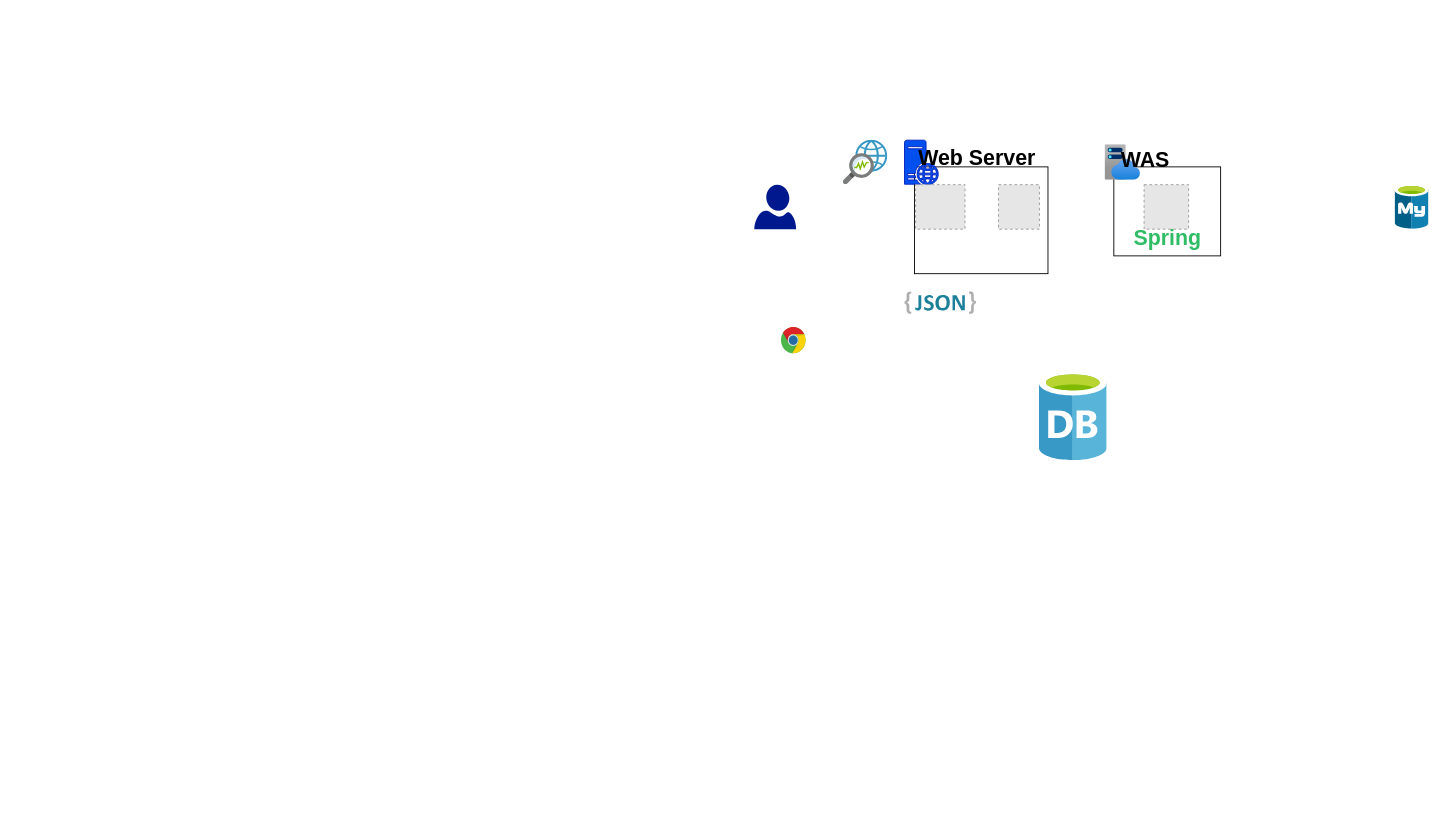
banjinseong/ventilation keeps this draw.io diagram as 터널전력서버 설계도.drawio. Above is the earlier version. Source tidied: cells renumbered, new cells numbered last; positions are measured from the earlier drawing's top-left corner, leaving out a move shared by most shapes. Both pictures are drawn from the tidied source at 89%, with x=0, y=0 at pixel (754, 140). Pictures stored in the file or linked from it are replaced by grey dashed boxes.
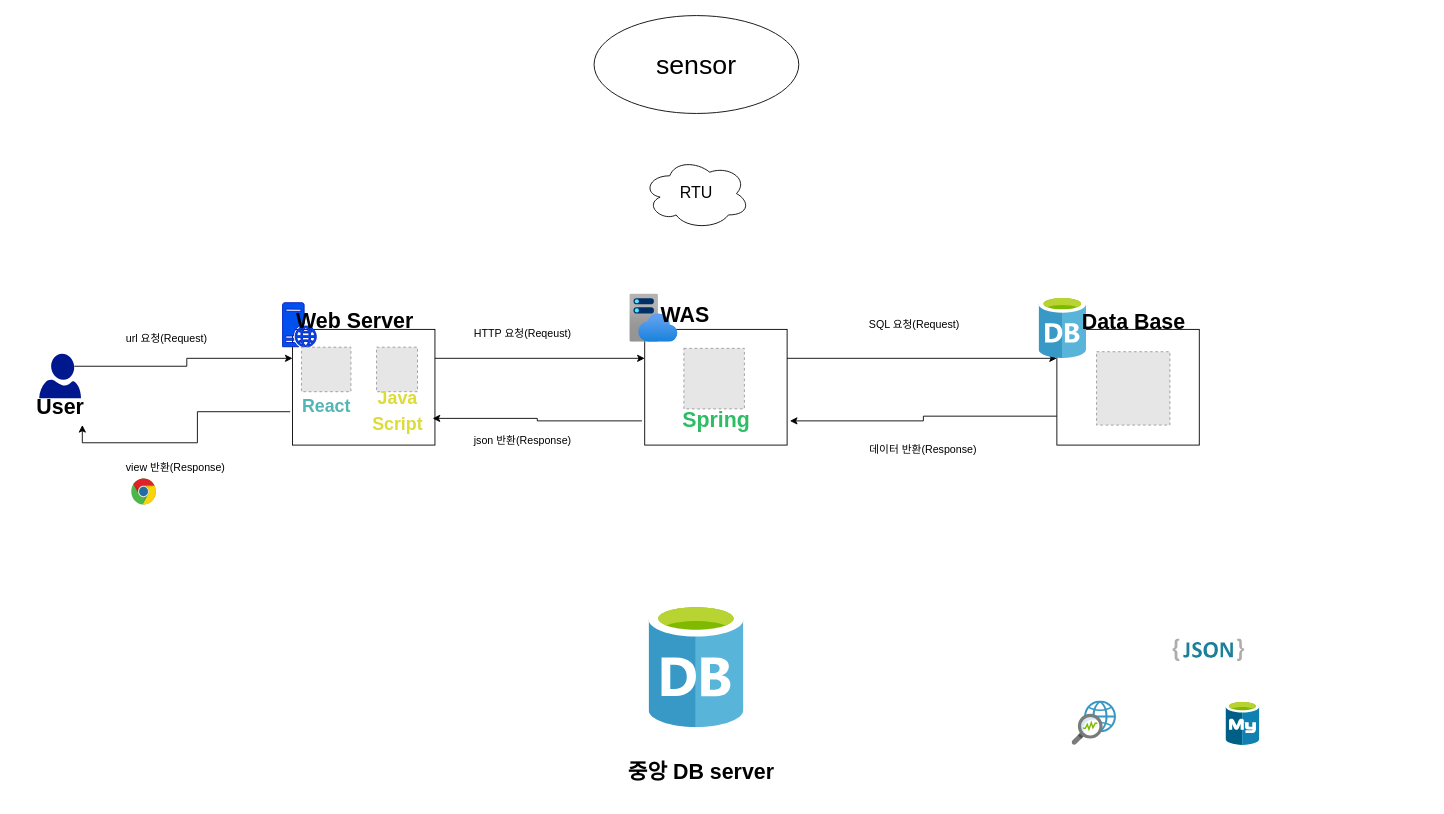
The same diagram, later.

Commit message:
터널전력서버 설계도.drawio

The edit, as a diff of the source:
```diff
@@
-    <mxCell id="2" style="sketch=0;shadow=0;dashed=0;html=1;strokeColor=none;labelPosition=center;verticalLabelPosition=bottom;verticalAlign=top;align=center;fillColor=#00188D;shape=mxgraph.azure.user;" parent="1" vertex="1">
-      <mxGeometry y="50" width="47" height="50" as="geometry" />
-    </mxCell>
-    <mxCell id="3" style="image;sketch=0;html=1;align=center;fontSize=12;image=img/lib/mscae/Database_General.svg;" parent="1" vertex="1">
-      <mxGeometry x="320.4" y="260" width="76" height="100" as="geometry" />
-    </mxCell>
     <mxCell id="4" style="image;sketch=0;html=1;align=center;fontSize=12;image=img/lib/mscae/Azure_Database_for_MySQL_servers.svg;" parent="1" vertex="1">
-      <mxGeometry x="720" y="50" width="38" height="50" as="geometry" />
+      <mxGeometry x="530" y="630" width="38" height="50" as="geometry" />
     </mxCell>
     <mxCell id="5" style="image;sketch=0;html=1;align=center;fontSize=12;image=img/lib/mscae/Network_watcher.svg;" parent="1" vertex="1">
-      <mxGeometry x="100" width="50" height="50" as="geometry" />
+      <mxGeometry x="357" y="630" width="50" height="50" as="geometry" />
     </mxCell>
     <mxCell id="6" style="dashed=0;html=1;align=center;labelPosition=center;verticalLabelPosition=bottom;verticalAlign=top;shape=mxgraph.weblogos.json_2;" parent="1" vertex="1">
-      <mxGeometry x="168.8" y="170" width="80.4" height="25.2" as="geometry" />
+      <mxGeometry x="470" y="560" width="80.4" height="25.2" as="geometry" />
     </mxCell>
     <mxCell id="7" style="dashed=0;html=1;align=center;labelPosition=center;verticalLabelPosition=bottom;verticalAlign=top;shape=mxgraph.weblogos.chrome;" parent="1" vertex="1">
-      <mxGeometry x="30" y="210" width="28" height="30" as="geometry" />
+      <mxGeometry x="-700" y="380" width="28" height="30" as="geometry" />
     </mxCell>
     <mxCell id="8" style="group;" parent="1" vertex="1">
-      <mxGeometry x="394" y="5" width="130" height="125" as="geometry" />
+      <mxGeometry x="-140" y="172.7" width="180" height="169.9" as="geometry" />
     </mxCell>
-    <mxCell id="9" style="rounded=0;whiteSpace=wrap;html=1;" parent="8" vertex="1">
-      <mxGeometry x="10" y="25" width="120" height="100" as="geometry" />
-    </mxCell>
+    <mxCell id="19" style="rounded=0;whiteSpace=wrap;html=1;" parent="8" vertex="1">
+      <mxGeometry x="16.9" y="39.9" width="160" height="130" as="geometry" />
+    </mxCell>
     <mxCell id="10" style="image;html=1;align=center;fontSize=12;image=img/lib/azure2/app_services/App_Service_Plans.svg;" parent="8" vertex="1">
-      <mxGeometry width="40" height="40" as="geometry" />
+      <mxGeometry width="54.4" height="54.4" as="geometry" />
     </mxCell>
     <mxCell id="11" style="fillColor=#E6E6E6;strokeColor=#999999;dashed=1;verticalLabelPosition=bottom;labelBackgroundColor=default;verticalAlign=top;" parent="8" vertex="1">
-      <mxGeometry x="44" y="45" width="50" height="50" as="geometry" />
+      <mxGeometry x="60.9" y="61.2" width="68" height="68" as="geometry" />
     </mxCell>
     <mxCell id="12" value="WAS" style="text;strokeColor=none;fillColor=none;html=1;fontSize=24;fontStyle=1;verticalAlign=middle;align=center;" parent="8" vertex="1">
-      <mxGeometry width="90" height="35" as="geometry" />
+      <mxGeometry width="124.6" height="47.6" as="geometry" />
     </mxCell>
     <mxCell id="13" value="&lt;font color=&quot;#2ebd65&quot;&gt;Spring&lt;/font&gt;" style="text;strokeColor=none;fillColor=none;html=1;fontSize=24;fontStyle=1;verticalAlign=middle;align=center;" parent="8" vertex="1">
-      <mxGeometry x="10" y="85" width="120" height="40" as="geometry" />
+      <mxGeometry x="13.8" y="115.5" width="166.2" height="54.4" as="geometry" />
     </mxCell>
+    <mxCell id="20" style="group;" parent="1" vertex="1">
+      <mxGeometry x="-530" y="182.6" width="171.2" height="160" as="geometry" />
+    </mxCell>
-    <mxCell id="14" style="rounded=0;whiteSpace=wrap;html=1;" parent="1" vertex="1">
-      <mxGeometry x="180" y="30" width="150" height="120" as="geometry" />
+    <mxCell id="14" style="rounded=0;whiteSpace=wrap;html=1;" parent="20" vertex="1">
+      <mxGeometry x="11.2" y="30" width="160" height="130" as="geometry" />
     </mxCell>
-    <mxCell id="15" style="sketch=0;shadow=0;dashed=0;html=1;strokeColor=#001DBC;labelPosition=center;verticalLabelPosition=bottom;verticalAlign=top;align=center;fillColor=#0050ef;shape=mxgraph.mscae.enterprise.web_server;fontColor=#ffffff;" parent="1" vertex="1">
-      <mxGeometry x="168.8" width="38" height="50" as="geometry" />
+    <mxCell id="15" style="sketch=0;shadow=0;dashed=0;html=1;strokeColor=#001DBC;labelPosition=center;verticalLabelPosition=bottom;verticalAlign=top;align=center;fillColor=#0050ef;shape=mxgraph.mscae.enterprise.web_server;fontColor=#ffffff;" parent="20" vertex="1">
+      <mxGeometry width="38" height="50" as="geometry" />
     </mxCell>
-    <mxCell id="16" style="fillColor=#E6E6E6;strokeColor=#999999;dashed=1;verticalLabelPosition=bottom;labelBackgroundColor=default;verticalAlign=top;" parent="1" vertex="1">
-      <mxGeometry x="181.2" y="50" width="55.6" height="50" as="geometry" />
+    <mxCell id="16" style="fillColor=#E6E6E6;strokeColor=#999999;dashed=1;verticalLabelPosition=bottom;labelBackgroundColor=default;verticalAlign=top;" parent="20" vertex="1">
+      <mxGeometry x="21.2" y="50" width="55.6" height="50" as="geometry" />
     </mxCell>
-    <mxCell id="17" style="fillColor=#E6E6E6;strokeColor=#999999;dashed=1;verticalLabelPosition=bottom;labelBackgroundColor=default;verticalAlign=top;" parent="1" vertex="1">
-      <mxGeometry x="274.4" y="50" width="46" height="50" as="geometry" />
+    <mxCell id="17" style="fillColor=#E6E6E6;strokeColor=#999999;dashed=1;verticalLabelPosition=bottom;labelBackgroundColor=default;verticalAlign=top;" parent="20" vertex="1">
+      <mxGeometry x="105.6" y="50" width="46" height="50" as="geometry" />
     </mxCell>
-    <mxCell id="18" value="Web Server" style="text;strokeColor=none;fillColor=none;html=1;fontSize=24;fontStyle=1;verticalAlign=middle;align=center;" parent="1" vertex="1">
-      <mxGeometry x="200" width="100" height="40" as="geometry" />
+    <mxCell id="18" value="Web Server" style="text;strokeColor=none;fillColor=none;html=1;fontSize=24;fontStyle=1;verticalAlign=middle;align=center;" parent="20" vertex="1">
+      <mxGeometry x="31.2" width="100" height="40" as="geometry" />
     </mxCell>
+    <mxCell id="21" value="&lt;font color=&quot;#53b5b5&quot; style=&quot;font-size: 20px;&quot;&gt;React&lt;/font&gt;" style="text;strokeColor=none;fillColor=none;html=1;fontSize=24;fontStyle=1;verticalAlign=middle;align=center;" parent="20" vertex="1">
+      <mxGeometry x="8.6" y="100" width="80" height="30" as="geometry" />
+    </mxCell>
+    <mxCell id="22" value="&lt;font color=&quot;#dbdb39&quot; style=&quot;font-size: 20px;&quot;&gt;Java&lt;br&gt;Script&lt;/font&gt;" style="text;strokeColor=none;fillColor=none;html=1;fontSize=24;fontStyle=1;verticalAlign=middle;align=center;" parent="20" vertex="1">
+      <mxGeometry x="88.6" y="100" width="80" height="40" as="geometry" />
+    </mxCell>
+    <mxCell id="23" style="group;" parent="1" vertex="1">
+      <mxGeometry x="-830" y="240" width="100" height="80" as="geometry" />
+    </mxCell>
+    <mxCell id="2" style="sketch=0;shadow=0;dashed=0;html=1;strokeColor=none;labelPosition=center;verticalLabelPosition=bottom;verticalAlign=top;align=center;fillColor=#00188D;shape=mxgraph.azure.user;" parent="23" vertex="1">
+      <mxGeometry x="26.5" width="47" height="50" as="geometry" />
+    </mxCell>
+    <mxCell id="24" value="User" style="text;strokeColor=none;fillColor=none;html=1;fontSize=24;fontStyle=1;verticalAlign=middle;align=center;" parent="23" vertex="1">
+      <mxGeometry y="40" width="100" height="40" as="geometry" />
+    </mxCell>
+    <mxCell id="25" style="image;sketch=0;html=1;align=center;fontSize=12;image=img/lib/mscae/Database_General.svg;" parent="1" vertex="1">
+      <mxGeometry x="-118.2" y="520" width="106.4" height="140" as="geometry" />
+    </mxCell>
+    <mxCell id="26" value="중앙 DB server" style="text;strokeColor=none;fillColor=none;html=1;fontSize=24;fontStyle=1;verticalAlign=middle;align=center;" parent="1" vertex="1">
+      <mxGeometry x="-140" y="680" width="160" height="60" as="geometry" />
+    </mxCell>
+    <mxCell id="27" value="&lt;font style=&quot;font-size: 18px;&quot;&gt;RTU&lt;/font&gt;" style="ellipse;shape=cloud;whiteSpace=wrap;html=1;" parent="1" vertex="1">
+      <mxGeometry x="-125" y="20" width="120" height="80" as="geometry" />
+    </mxCell>
+    <mxCell id="28" value="&lt;font style=&quot;font-size: 30px;&quot;&gt;sensor&lt;/font&gt;" style="ellipse;whiteSpace=wrap;html=1;" parent="1" vertex="1">
+      <mxGeometry x="-180" y="-140" width="230" height="110" as="geometry" />
+    </mxCell>
+    <mxCell id="29" style="edgeStyle=orthogonalEdgeStyle;rounded=0;jettySize=auto;html=1;exitX=0.84;exitY=0.28;exitDx=0;exitDy=0;exitPerimeter=0;entryX=0;entryY=0.25;entryDx=0;entryDy=0;" parent="1" edge="1" source="2" target="14">
+      <mxGeometry relative="1" as="geometry" />
+    </mxCell>
+    <mxCell id="30" style="edgeStyle=orthogonalEdgeStyle;rounded=0;jettySize=auto;html=1;exitX=0;exitY=0.75;exitDx=0;exitDy=0;entryX=0.75;entryY=1;entryDx=0;entryDy=0;" parent="1" edge="1" source="21" target="24">
+      <mxGeometry relative="1" as="geometry" />
+    </mxCell>
+    <mxCell id="31" value="url 요청(Request)" style="text;html=1;align=center;verticalAlign=middle;whiteSpace=wrap;rounded=0;" parent="1" vertex="1">
+      <mxGeometry x="-720" y="205" width="120" height="35" as="geometry" />
+    </mxCell>
+    <mxCell id="32" value="view 반환(Response)" style="text;html=1;align=center;verticalAlign=middle;whiteSpace=wrap;rounded=0;" parent="1" vertex="1">
+      <mxGeometry x="-710" y="350" width="120" height="35" as="geometry" />
+    </mxCell>
+    <mxCell id="33" style="edgeStyle=orthogonalEdgeStyle;rounded=0;jettySize=auto;html=1;exitX=1;exitY=0.25;exitDx=0;exitDy=0;entryX=0;entryY=0.25;entryDx=0;entryDy=0;" parent="1" edge="1" source="14" target="19">
+      <mxGeometry relative="1" as="geometry" />
+    </mxCell>
+    <mxCell id="34" style="edgeStyle=orthogonalEdgeStyle;rounded=0;jettySize=auto;html=1;exitX=0;exitY=0.5;exitDx=0;exitDy=0;entryX=1;entryY=0.75;entryDx=0;entryDy=0;" parent="1" edge="1" source="13" target="22">
+      <mxGeometry relative="1" as="geometry" />
+    </mxCell>
+    <mxCell id="35" value="HTTP 요청(Reqeust)" style="text;html=1;align=center;verticalAlign=middle;whiteSpace=wrap;rounded=0;" parent="1" vertex="1">
+      <mxGeometry x="-320" y="200" width="120" height="35" as="geometry" />
+    </mxCell>
+    <mxCell id="36" value="json 반환(Response)" style="text;html=1;align=center;verticalAlign=middle;whiteSpace=wrap;rounded=0;" parent="1" vertex="1">
+      <mxGeometry x="-320" y="320" width="120" height="35" as="geometry" />
+    </mxCell>
+    <mxCell id="37" style="edgeStyle=orthogonalEdgeStyle;rounded=0;jettySize=auto;html=1;exitX=1;exitY=0.25;exitDx=0;exitDy=0;entryX=0;entryY=0.25;entryDx=0;entryDy=0;" parent="1" edge="1" source="19" target="42">
+      <mxGeometry relative="1" as="geometry" />
+    </mxCell>
+    <mxCell id="38" style="edgeStyle=orthogonalEdgeStyle;rounded=0;jettySize=auto;html=1;entryX=1;entryY=0.5;entryDx=0;entryDy=0;exitX=0;exitY=0.75;exitDx=0;exitDy=0;" parent="1" edge="1" source="42" target="13">
+      <mxGeometry relative="1" as="geometry" />
+    </mxCell>
+    <mxCell id="39" value="SQL 요청(Request)" style="text;html=1;align=center;verticalAlign=middle;whiteSpace=wrap;rounded=0;" parent="1" vertex="1">
+      <mxGeometry x="120" y="190" width="120" height="35" as="geometry" />
+    </mxCell>
+    <mxCell id="40" value="데이터 반환(Response)" style="text;html=1;align=center;verticalAlign=middle;whiteSpace=wrap;rounded=0;" parent="1" vertex="1">
+      <mxGeometry x="120" y="330" width="140" height="35" as="geometry" />
+    </mxCell>
+    <mxCell id="41" style="group;" parent="1" vertex="1">
+      <mxGeometry x="320" y="175.2" width="180" height="167.4" as="geometry" />
+    </mxCell>
+    <mxCell id="42" style="rounded=0;whiteSpace=wrap;html=1;" parent="41" vertex="1">
+      <mxGeometry x="20" y="37.4" width="160" height="130" as="geometry" />
+    </mxCell>
+    <mxCell id="3" style="image;sketch=0;html=1;align=center;fontSize=12;image=img/lib/mscae/Database_General.svg;" parent="41" vertex="1">
+      <mxGeometry width="53.2" height="70" as="geometry" />
+    </mxCell>
+    <mxCell id="43" style="fillColor=#E6E6E6;strokeColor=#999999;dashed=1;verticalLabelPosition=bottom;labelBackgroundColor=default;verticalAlign=top;" parent="41" vertex="1">
+      <mxGeometry x="64.6" y="62.5" width="82.4" height="82.4" as="geometry" />
+    </mxCell>
+    <mxCell id="44" value="Data Base" style="text;strokeColor=none;fillColor=none;html=1;fontSize=24;fontStyle=1;verticalAlign=middle;align=center;" parent="41" vertex="1">
+      <mxGeometry x="55.8" y="9.9" width="100" height="40" as="geometry" />
+    </mxCell>
```
